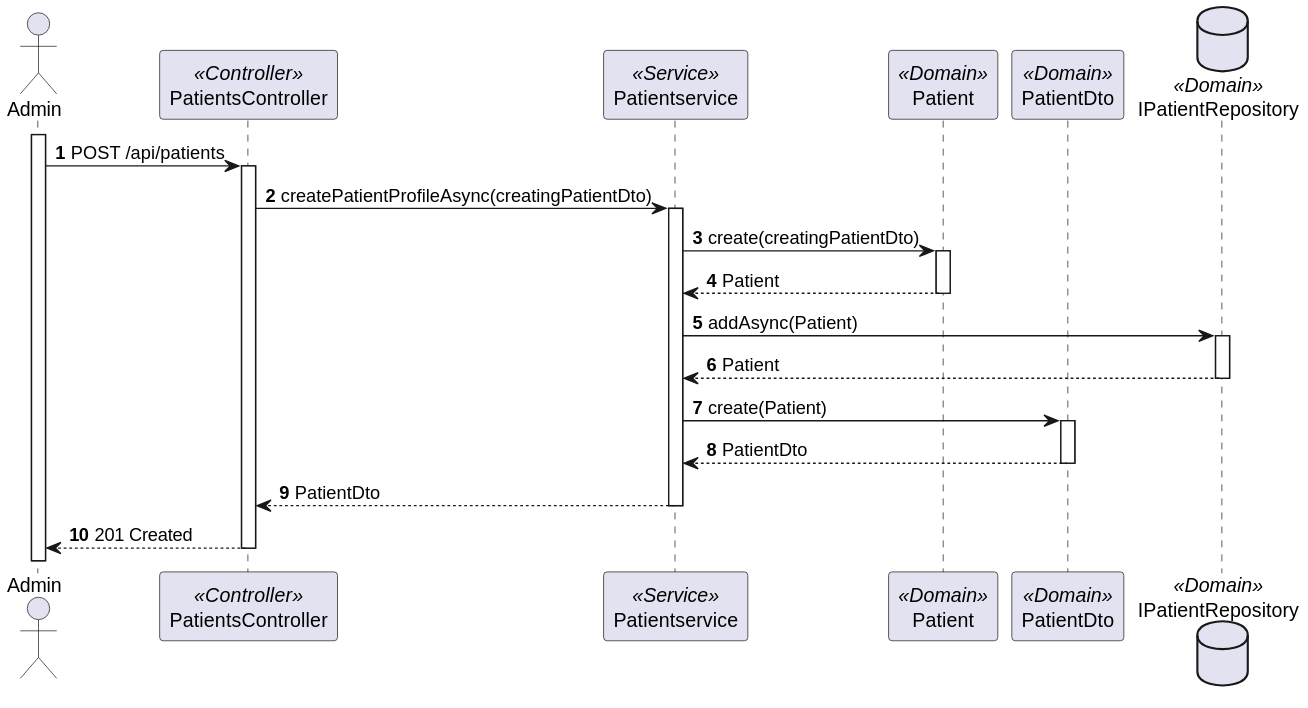
1220846/sem5pi-24-25-3ddg20 keeps this PlantUML diagram as docs/sprint-a/us-5.1.8/views/level3/process-view-2.svg. Above is the earlier version.
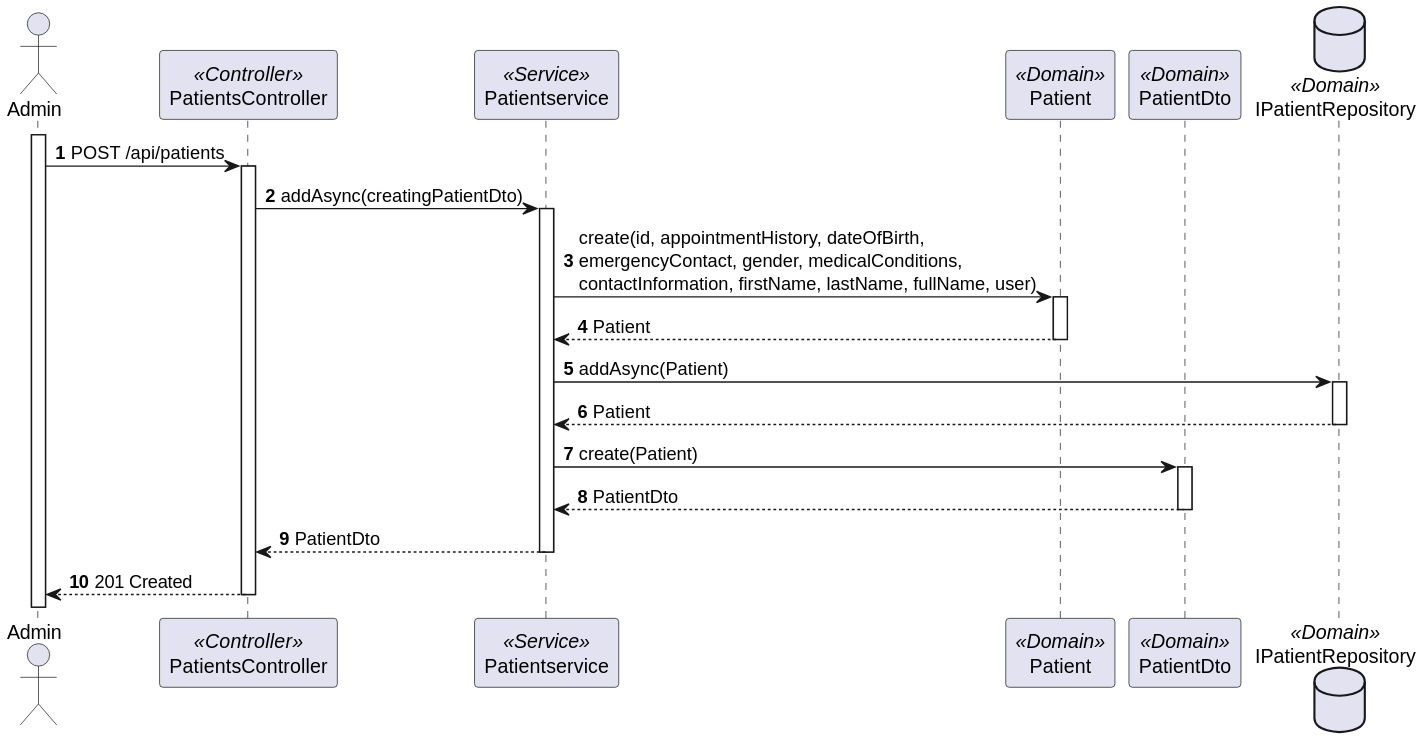
The same file after the commit.

What changed in the source:
```diff
@@ -11,9 +11,9 @@
 activate ADM
 ADM-> Controller : POST /api/patients
 activate Controller
-    Controller -> Service : createPatientProfileAsync(creatingPatientDto)
+    Controller -> Service : addAsync(creatingPatientDto)
     activate Service
-        Service -> Patient : create(creatingPatientDto)
+        Service -> Patient : create(id, appointmentHistory, dateOfBirth, \nemergencyContact, gender, medicalConditions, \ncontactInformation, firstName, lastName, fullName, user)
         activate Patient
             Patient --> Service : Patient
         deactivate Patient
```
